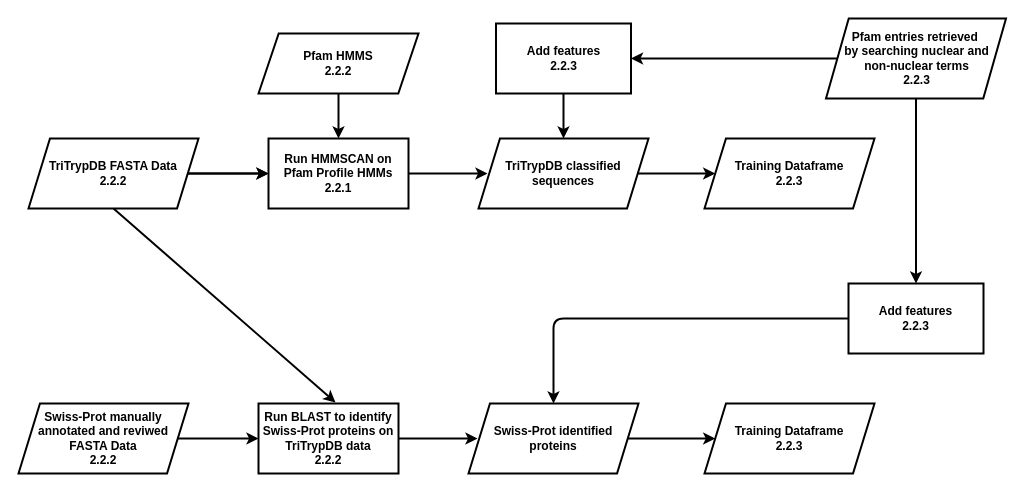
Above: src/diagrama_dados.drawio in msreis/Multiresolution-nuclear-protein-classifier (draw.io), before the change. Source tidied: cells renumbered, new cells numbered last; positions are measured from the earlier drawing's top-left corner, leaving out a move shared by most shapes. Both pictures are drawn from the tidied source at 100%, with x=0, y=0 at pixel (18, 18).
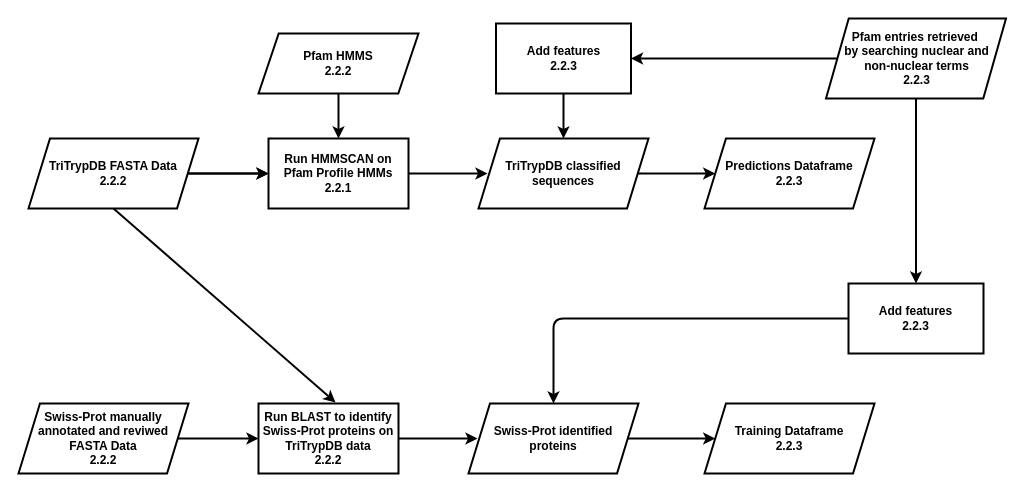
Above is the later version.

Diff of the diagram source:
```diff
@@
-    <mxCell id="24" value="&lt;b&gt;Training Dataframe&lt;br&gt;2.2.3&lt;br&gt;&lt;/b&gt;" style="shape=parallelogram;perimeter=parallelogramPerimeter;whiteSpace=wrap;html=1;strokeWidth=2;fillColor=#ffffff;fontSize=12;size=0.12631578947368421;" parent="1" vertex="1">
+    <mxCell id="24" value="&lt;b&gt;Predictions Dataframe&lt;br&gt;2.2.3&lt;br&gt;&lt;/b&gt;" style="shape=parallelogram;perimeter=parallelogramPerimeter;whiteSpace=wrap;html=1;strokeWidth=2;fillColor=#ffffff;fontSize=12;size=0.12631578947368421;" parent="1" vertex="1">
       <mxGeometry x="686" y="120" width="170" height="70" as="geometry" />
     </mxCell>
```
